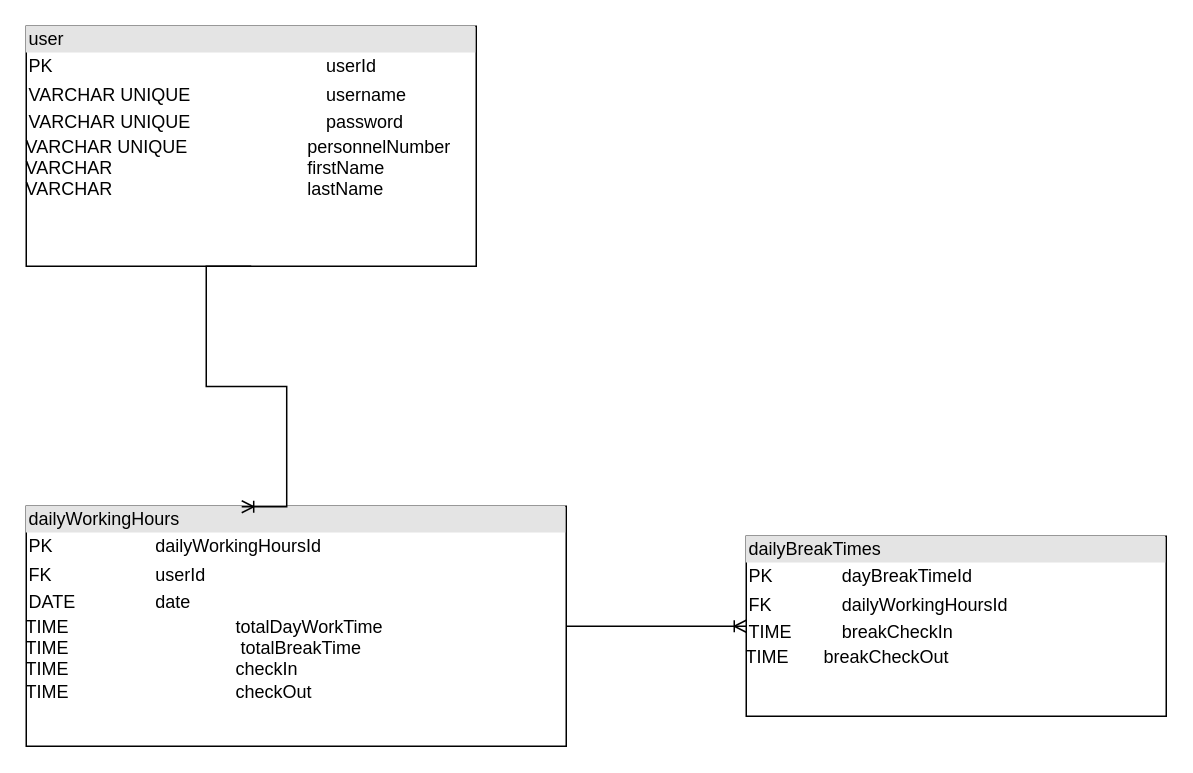
This is documentation/ermmodel.drawio from K0NRAD/track-it-002, a draw.io file, before an edit. Source tidied: cells renumbered, new cells numbered last; positions are measured from the earlier drawing's top-left corner, leaving out a move shared by most shapes. Both pictures are drawn from the tidied source at 150%, with x=0, y=0 at pixel (26, 26).
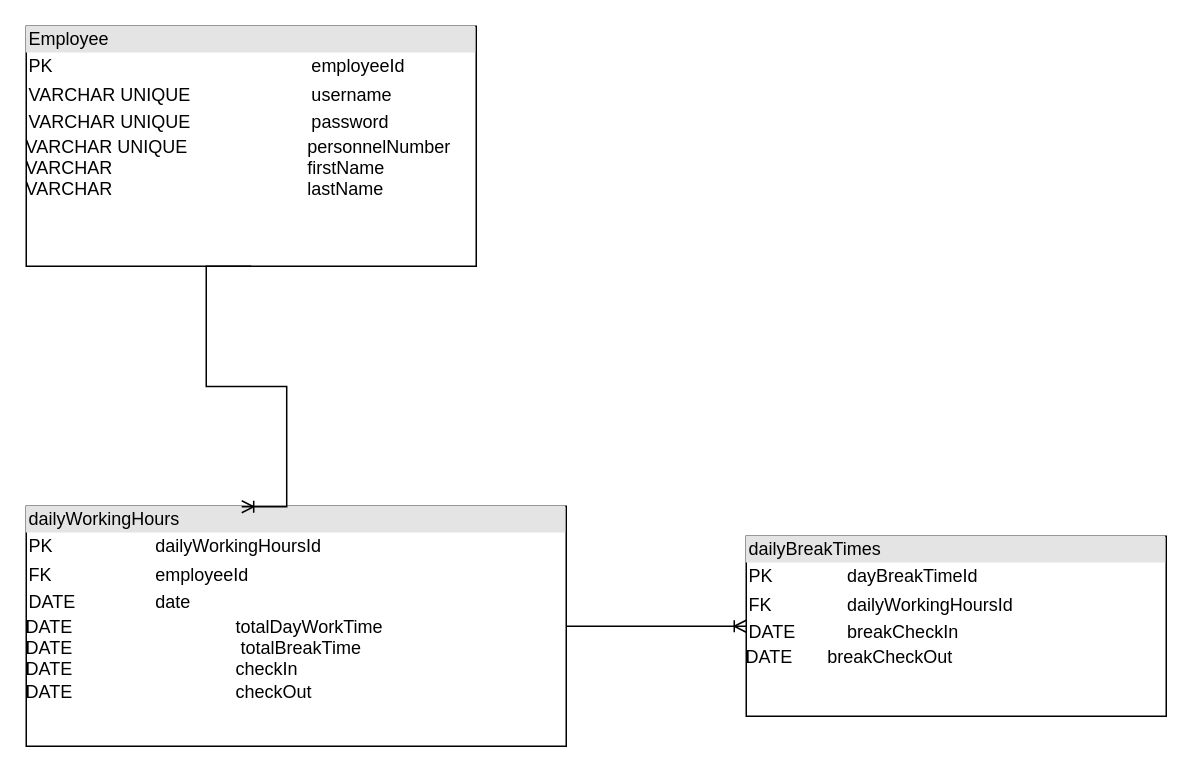
After the change.

Commit message:
Updated the erm model

Diff of the diagram source:
```diff
@@
 <mxGraphModel>
   <root>
     <mxCell id="0" />
     <mxCell id="1" parent="0" />
-    <mxCell id="2" value="&lt;div style=&quot;box-sizing: border-box ; width: 100% ; background: #e4e4e4 ; padding: 2px&quot;&gt;user&lt;/div&gt;&lt;table style=&quot;width: 100% ; font-size: 1em&quot; cellpadding=&quot;2&quot; cellspacing=&quot;0&quot;&gt;&lt;tbody&gt;&lt;tr&gt;&lt;td&gt;PK&lt;/td&gt;&lt;td&gt;userId&lt;/td&gt;&lt;/tr&gt;&lt;tr&gt;&lt;td&gt;VARCHAR UNIQUE&lt;/td&gt;&lt;td&gt;username&lt;/td&gt;&lt;/tr&gt;&lt;tr&gt;&lt;td&gt;VARCHAR UNIQUE&lt;/td&gt;&lt;td&gt;password&lt;/td&gt;&lt;/tr&gt;&lt;/tbody&gt;&lt;/table&gt;VARCHAR UNIQUE&amp;nbsp; &amp;nbsp; &amp;nbsp; &amp;nbsp; &amp;nbsp; &amp;nbsp; &amp;nbsp; &amp;nbsp; &amp;nbsp; &amp;nbsp; &amp;nbsp; &amp;nbsp; personnelNumber&lt;br&gt;VARCHAR&amp;nbsp; &amp;nbsp; &amp;nbsp; &amp;nbsp; &amp;nbsp; &amp;nbsp; &amp;nbsp; &amp;nbsp; &amp;nbsp; &amp;nbsp; &amp;nbsp; &amp;nbsp; &amp;nbsp; &amp;nbsp; &amp;nbsp; &amp;nbsp; &amp;nbsp; &amp;nbsp; &amp;nbsp; &amp;nbsp;firstName&lt;br&gt;VARCHAR&amp;nbsp; &amp;nbsp; &amp;nbsp; &amp;nbsp; &amp;nbsp; &amp;nbsp; &amp;nbsp; &amp;nbsp; &amp;nbsp; &amp;nbsp; &amp;nbsp; &amp;nbsp; &amp;nbsp; &amp;nbsp; &amp;nbsp; &amp;nbsp; &amp;nbsp; &amp;nbsp; &amp;nbsp; &amp;nbsp;lastName" style="verticalAlign=top;align=left;overflow=fill;html=1;" parent="1" vertex="1">
+    <mxCell id="2" value="&lt;div style=&quot;box-sizing: border-box ; width: 100% ; background: #e4e4e4 ; padding: 2px&quot;&gt;Employee&lt;/div&gt;&lt;table style=&quot;width: 100% ; font-size: 1em&quot; cellpadding=&quot;2&quot; cellspacing=&quot;0&quot;&gt;&lt;tbody&gt;&lt;tr&gt;&lt;td&gt;PK&lt;/td&gt;&lt;td&gt;employeeId&lt;/td&gt;&lt;/tr&gt;&lt;tr&gt;&lt;td&gt;VARCHAR UNIQUE&lt;/td&gt;&lt;td&gt;username&lt;/td&gt;&lt;/tr&gt;&lt;tr&gt;&lt;td&gt;VARCHAR UNIQUE&lt;/td&gt;&lt;td&gt;password&lt;/td&gt;&lt;/tr&gt;&lt;/tbody&gt;&lt;/table&gt;VARCHAR UNIQUE&amp;nbsp; &amp;nbsp; &amp;nbsp; &amp;nbsp; &amp;nbsp; &amp;nbsp; &amp;nbsp; &amp;nbsp; &amp;nbsp; &amp;nbsp; &amp;nbsp; &amp;nbsp; personnelNumber&lt;br&gt;VARCHAR&amp;nbsp; &amp;nbsp; &amp;nbsp; &amp;nbsp; &amp;nbsp; &amp;nbsp; &amp;nbsp; &amp;nbsp; &amp;nbsp; &amp;nbsp; &amp;nbsp; &amp;nbsp; &amp;nbsp; &amp;nbsp; &amp;nbsp; &amp;nbsp; &amp;nbsp; &amp;nbsp; &amp;nbsp; &amp;nbsp;firstName&lt;br&gt;VARCHAR&amp;nbsp; &amp;nbsp; &amp;nbsp; &amp;nbsp; &amp;nbsp; &amp;nbsp; &amp;nbsp; &amp;nbsp; &amp;nbsp; &amp;nbsp; &amp;nbsp; &amp;nbsp; &amp;nbsp; &amp;nbsp; &amp;nbsp; &amp;nbsp; &amp;nbsp; &amp;nbsp; &amp;nbsp; &amp;nbsp;lastName" style="verticalAlign=top;align=left;overflow=fill;html=1;" parent="1" vertex="1">
       <mxGeometry width="300" height="160" as="geometry" />
     </mxCell>
-    <mxCell id="3" value="&lt;div style=&quot;box-sizing: border-box ; width: 100% ; background: #e4e4e4 ; padding: 2px&quot;&gt;dailyWorkingHours&lt;/div&gt;&lt;table style=&quot;width: 100% ; font-size: 1em&quot; cellpadding=&quot;2&quot; cellspacing=&quot;0&quot;&gt;&lt;tbody&gt;&lt;tr&gt;&lt;td&gt;PK&lt;/td&gt;&lt;td&gt;dailyWorkingHoursId&lt;/td&gt;&lt;/tr&gt;&lt;tr&gt;&lt;td&gt;FK&lt;/td&gt;&lt;td&gt;userId&lt;/td&gt;&lt;/tr&gt;&lt;tr&gt;&lt;td&gt;DATE&lt;/td&gt;&lt;td&gt;date&lt;/td&gt;&lt;/tr&gt;&lt;/tbody&gt;&lt;/table&gt;TIME&lt;span style=&quot;white-space: pre&quot;&gt;&#9;&lt;/span&gt;&lt;span style=&quot;white-space: pre&quot;&gt;&#9;&lt;/span&gt;&lt;span style=&quot;white-space: pre&quot;&gt;&#9;&lt;/span&gt;&amp;nbsp; &amp;nbsp; &amp;nbsp; &amp;nbsp; &amp;nbsp; totalDayWorkTime&lt;br&gt;TIME&lt;span style=&quot;white-space: pre&quot;&gt;&#9;&lt;/span&gt;&lt;span style=&quot;white-space: pre&quot;&gt;&#9;&lt;/span&gt;&amp;nbsp; &amp;nbsp; &amp;nbsp; &amp;nbsp; &amp;nbsp; &amp;nbsp; &amp;nbsp; &amp;nbsp; &amp;nbsp; &amp;nbsp;totalBreakTime&lt;br&gt;TIME&lt;span style=&quot;white-space: pre&quot;&gt;&#9;&lt;/span&gt;&lt;span style=&quot;white-space: pre&quot;&gt;&#9;&lt;/span&gt;&lt;span style=&quot;white-space: pre&quot;&gt;&#9;&lt;/span&gt;&amp;nbsp; &amp;nbsp; &amp;nbsp; &amp;nbsp; &amp;nbsp; checkIn&lt;br&gt;TIME&lt;span style=&quot;white-space: pre&quot;&gt;&#9;&lt;/span&gt;&lt;span style=&quot;white-space: pre&quot;&gt;&#9;&lt;/span&gt;&lt;span style=&quot;white-space: pre&quot;&gt;&#9;&lt;/span&gt;&amp;nbsp; &amp;nbsp; &amp;nbsp; &amp;nbsp; &amp;nbsp; checkOut" style="verticalAlign=top;align=left;overflow=fill;html=1;" parent="1" vertex="1">
+    <mxCell id="3" value="&lt;div style=&quot;box-sizing: border-box ; width: 100% ; background: #e4e4e4 ; padding: 2px&quot;&gt;dailyWorkingHours&lt;/div&gt;&lt;table style=&quot;width: 100% ; font-size: 1em&quot; cellpadding=&quot;2&quot; cellspacing=&quot;0&quot;&gt;&lt;tbody&gt;&lt;tr&gt;&lt;td&gt;PK&lt;/td&gt;&lt;td&gt;dailyWorkingHoursId&lt;/td&gt;&lt;/tr&gt;&lt;tr&gt;&lt;td&gt;FK&lt;/td&gt;&lt;td&gt;employeeId&lt;/td&gt;&lt;/tr&gt;&lt;tr&gt;&lt;td&gt;DATE&lt;/td&gt;&lt;td&gt;date&lt;/td&gt;&lt;/tr&gt;&lt;/tbody&gt;&lt;/table&gt;DATE&lt;span style=&quot;white-space: pre&quot;&gt;&#9;&lt;/span&gt;&lt;span style=&quot;white-space: pre&quot;&gt;&#9;&lt;/span&gt;&lt;span style=&quot;white-space: pre&quot;&gt;&#9;&lt;/span&gt;&amp;nbsp; &amp;nbsp; &amp;nbsp; &amp;nbsp; &amp;nbsp; totalDayWorkTime&lt;br&gt;DATE&lt;span style=&quot;white-space: pre&quot;&gt;&#9;&lt;/span&gt;&lt;span style=&quot;white-space: pre&quot;&gt;&#9;&lt;/span&gt;&amp;nbsp; &amp;nbsp; &amp;nbsp; &amp;nbsp; &amp;nbsp; &amp;nbsp; &amp;nbsp; &amp;nbsp; &amp;nbsp; &amp;nbsp;totalBreakTime&lt;br&gt;DATE&lt;span style=&quot;white-space: pre&quot;&gt;&#9;&lt;/span&gt;&lt;span style=&quot;white-space: pre&quot;&gt;&#9;&lt;/span&gt;&lt;span style=&quot;white-space: pre&quot;&gt;&#9;&lt;/span&gt;&amp;nbsp; &amp;nbsp; &amp;nbsp; &amp;nbsp; &amp;nbsp; checkIn&lt;br&gt;DATE&lt;span style=&quot;white-space: pre&quot;&gt;&#9;&lt;/span&gt;&lt;span style=&quot;white-space: pre&quot;&gt;&#9;&lt;/span&gt;&lt;span style=&quot;white-space: pre&quot;&gt;&#9;&lt;/span&gt;&amp;nbsp; &amp;nbsp; &amp;nbsp; &amp;nbsp; &amp;nbsp; checkOut" style="verticalAlign=top;align=left;overflow=fill;html=1;" parent="1" vertex="1">
       <mxGeometry y="320" width="360" height="160" as="geometry" />
     </mxCell>
-    <mxCell id="4" value="&lt;div style=&quot;box-sizing: border-box ; width: 100% ; background: #e4e4e4 ; padding: 2px&quot;&gt;dailyBreakTimes&lt;/div&gt;&lt;table style=&quot;width: 100% ; font-size: 1em&quot; cellpadding=&quot;2&quot; cellspacing=&quot;0&quot;&gt;&lt;tbody&gt;&lt;tr&gt;&lt;td&gt;PK&lt;/td&gt;&lt;td&gt;dayBreakTimeId&lt;/td&gt;&lt;/tr&gt;&lt;tr&gt;&lt;td&gt;FK&lt;/td&gt;&lt;td&gt;dailyWorkingHoursId&lt;/td&gt;&lt;/tr&gt;&lt;tr&gt;&lt;td&gt;TIME&lt;/td&gt;&lt;td&gt;breakCheckIn&lt;br&gt;&lt;/td&gt;&lt;/tr&gt;&lt;/tbody&gt;&lt;/table&gt;TIME&lt;span&gt;&#9;&lt;/span&gt;&amp;nbsp; &amp;nbsp; &amp;nbsp; breakCheckOut" style="verticalAlign=top;align=left;overflow=fill;html=1;" parent="1" vertex="1">
+    <mxCell id="4" value="&lt;div style=&quot;box-sizing: border-box ; width: 100% ; background: #e4e4e4 ; padding: 2px&quot;&gt;dailyBreakTimes&lt;/div&gt;&lt;table style=&quot;width: 100% ; font-size: 1em&quot; cellpadding=&quot;2&quot; cellspacing=&quot;0&quot;&gt;&lt;tbody&gt;&lt;tr&gt;&lt;td&gt;PK&lt;/td&gt;&lt;td&gt;dayBreakTimeId&lt;/td&gt;&lt;/tr&gt;&lt;tr&gt;&lt;td&gt;FK&lt;/td&gt;&lt;td&gt;dailyWorkingHoursId&lt;/td&gt;&lt;/tr&gt;&lt;tr&gt;&lt;td&gt;DATE&lt;/td&gt;&lt;td&gt;breakCheckIn&lt;br&gt;&lt;/td&gt;&lt;/tr&gt;&lt;/tbody&gt;&lt;/table&gt;&lt;span&gt;DATE&amp;nbsp;&lt;/span&gt;&amp;nbsp; &amp;nbsp; &amp;nbsp; breakCheckOut" style="verticalAlign=top;align=left;overflow=fill;html=1;" parent="1" vertex="1">
       <mxGeometry x="480" y="340" width="280" height="120" as="geometry" />
     </mxCell>
     <mxCell id="5" style="edgeStyle=entityRelationEdgeStyle;fontSize=12;html=1;endArrow=ERoneToMany;rounded=0;exitX=1;exitY=0.5;exitDx=0;exitDy=0;entryX=0;entryY=0.5;entryDx=0;entryDy=0;" parent="1" edge="1" source="3" target="4">
       <mxGeometry relative="1" as="geometry" />
     </mxCell>
     <mxCell id="6" style="edgeStyle=entityRelationEdgeStyle;fontSize=12;html=1;endArrow=ERoneToMany;rounded=0;exitX=0.5;exitY=1;exitDx=0;exitDy=0;entryX=0.399;entryY=0.002;entryDx=0;entryDy=0;entryPerimeter=0;" parent="1" edge="1" source="2" target="3">
       <mxGeometry relative="1" as="geometry" />
     </mxCell>
   </root>
 </mxGraphModel>
```
